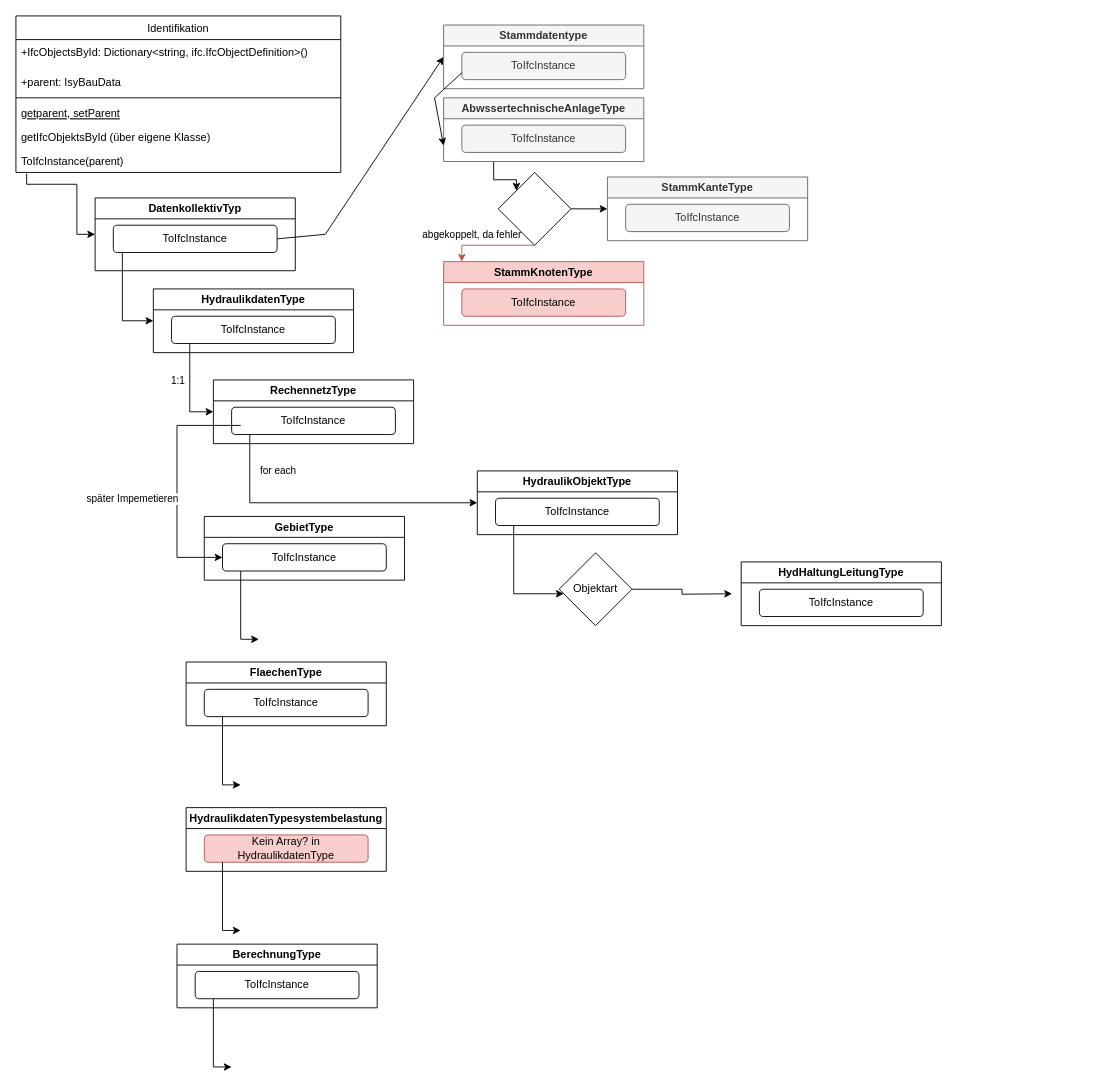
Earlier version of the draw.io diagram ablaufdiagramm-Hydraulikdatenkollekitv.drawio (simonwb123/BA-ISYBAU). Source tidied: cells renumbered, new cells numbered last; positions are measured from the earlier drawing's top-left corner, leaving out a move shared by most shapes. Both pictures are drawn from the tidied source at 91%, with x=0, y=0 at pixel (15, 15).
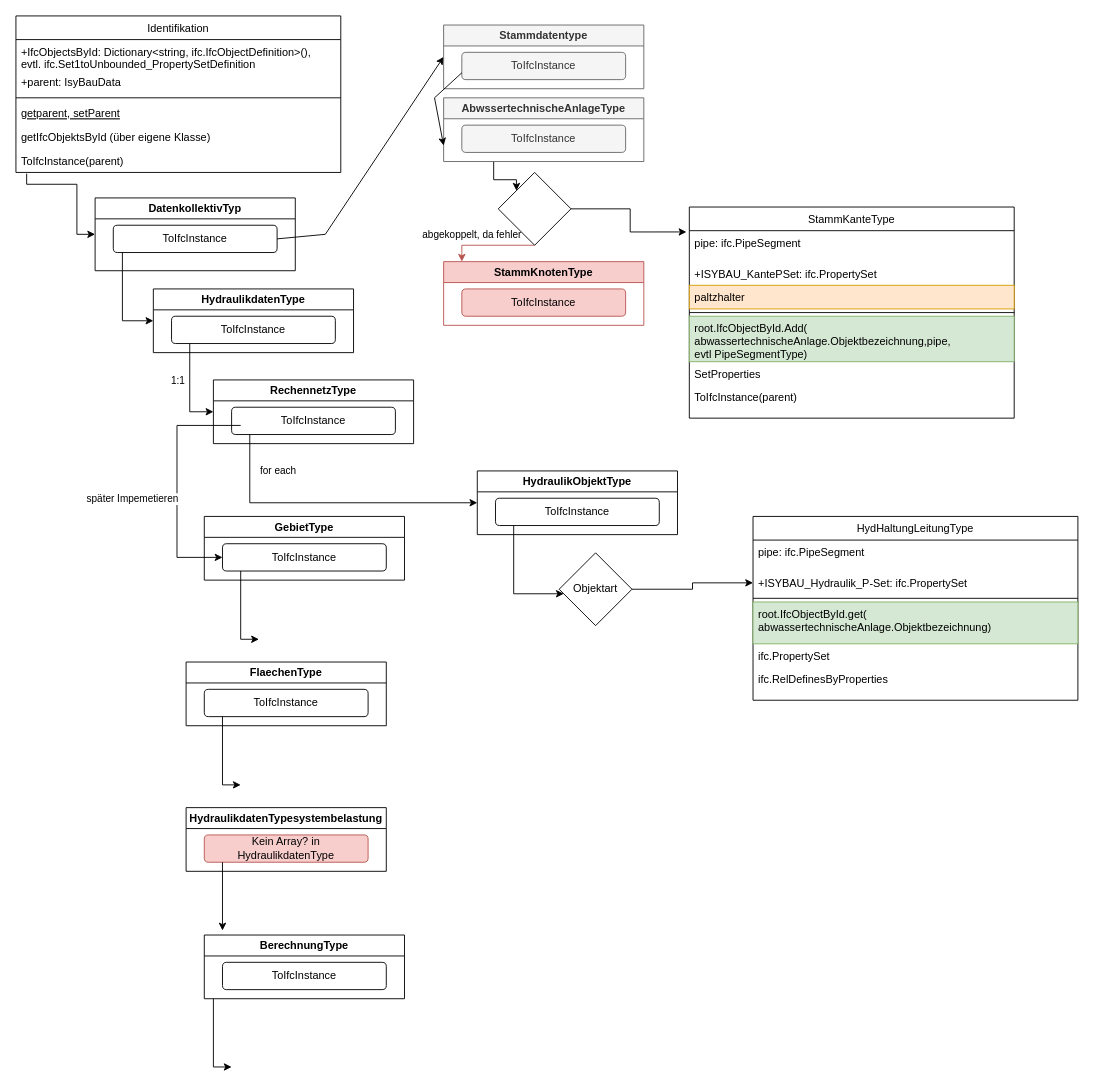
After the change.

Unchanged cells that the change refers to:
```xml
<mxCell id="35" value="Objektart" style="rhombus;whiteSpace=wrap;html=1;" parent="1" vertex="1">
  <mxGeometry x="597" y="590" width="80" height="80" as="geometry" />
</mxCell>
<mxCell id="38" value="Identifikation" style="swimlane;fontStyle=0;align=center;verticalAlign=top;horizontal=1;startSize=26;rounded=0;shadow=0;strokeWidth=1;" parent="1" vertex="1">
  <mxGeometry width="357" height="172" as="geometry" />
</mxCell>
<mxCell id="52" style="rhombus;whiteSpace=wrap;html=1;" parent="1" vertex="1">
  <mxGeometry x="530" y="172" width="80" height="80" as="geometry" />
</mxCell>
```

The edit, as a diff of the source:
```diff
@@
-    <mxCell id="23" style="endArrow=classic;html=1;rounded=0;entryX=0;entryY=0.5;entryDx=0;entryDy=0;edgeStyle=orthogonalEdgeStyle;" parent="1" edge="1">
+    <mxCell id="23" style="endArrow=classic;html=1;rounded=0;edgeStyle=orthogonalEdgeStyle;" parent="1" edge="1">
       <mxGeometry relative="1" as="geometry">
         <mxPoint x="227" y="930" as="sourcePoint" />
-        <mxPoint x="247" y="1005" as="targetPoint" />
+        <mxPoint x="227" y="1005" as="targetPoint" />
         <Array as="points">
           <mxPoint x="227" y="1005" />
         </Array>
       </mxGeometry>
     </mxCell>
     <mxCell id="24" value="BerechnungType" style="swimlane;whiteSpace=wrap;html=1;" parent="1" vertex="1">
-      <mxGeometry x="177" y="1020" width="220" height="70" as="geometry" />
+      <mxGeometry x="207" y="1010" width="220" height="70" as="geometry" />
     </mxCell>
@@
-    <mxCell id="29" style="endArrow=classic;html=1;rounded=0;edgeStyle=orthogonalEdgeStyle;" parent="1" edge="1" source="35">
-      <mxGeometry relative="1" as="geometry">
-        <mxPoint x="787" y="635" as="targetPoint" />
-      </mxGeometry>
+    <mxCell id="29" style="endArrow=classic;html=1;rounded=0;edgeStyle=orthogonalEdgeStyle;entryX=0;entryY=0.5;entryDx=0;entryDy=0;" parent="1" edge="1" source="35" target="65">
+      <mxGeometry relative="1" as="geometry" />
     </mxCell>
@@
-    <mxCell id="36" value="HydHaltungLeitungType" style="swimlane;whiteSpace=wrap;html=1;" parent="1" vertex="1">
-      <mxGeometry x="797" y="600" width="220" height="70" as="geometry" />
-    </mxCell>
-    <mxCell id="37" value="ToIfcInstance" style="rounded=1;whiteSpace=wrap;html=1;fontSize=12;glass=0;strokeWidth=1;shadow=0;" parent="36" vertex="1">
-      <mxGeometry x="20" y="30" width="180" height="30" as="geometry" />
-    </mxCell>
@@
-    <mxCell id="39" value="+IfcObjectsById: Dictionary&lt;string, ifc.IfcObjectDefinition&gt;()" style="text;align=left;verticalAlign=top;spacingLeft=4;spacingRight=4;overflow=hidden;" parent="38" vertex="1">
+    <mxCell id="39" value="+IfcObjectsById: Dictionary&lt;string, ifc.IfcObjectDefinition&gt;(), &#10;evtl. ifc.Set1toUnbounded_PropertySetDefinition" style="text;align=left;verticalAlign=top;spacingLeft=4;spacingRight=4;overflow=hidden;" parent="38" vertex="1">
       <mxGeometry y="26" width="357" height="34" as="geometry" />
     </mxCell>
@@
-    <mxCell id="49" style="edgeStyle=orthogonalEdgeStyle;rounded=0;jettySize=auto;html=1;exitX=1;exitY=0.5;exitDx=0;exitDy=0;entryX=0;entryY=0.5;entryDx=0;entryDy=0;" parent="1" edge="1" source="52" target="53">
+    <mxCell id="49" style="edgeStyle=orthogonalEdgeStyle;rounded=0;jettySize=auto;html=1;exitX=1;exitY=0.5;exitDx=0;exitDy=0;entryX=-0.009;entryY=0.118;entryDx=0;entryDy=0;entryPerimeter=0;" parent="1" edge="1" source="52" target="53">
       <mxGeometry relative="1" as="geometry" />
     </mxCell>
@@
-    <mxCell id="53" value="StammKanteType" style="swimlane;whiteSpace=wrap;html=1;fillColor=#f5f5f5;fontColor=#333333;strokeColor=#666666;" parent="1" vertex="1">
-      <mxGeometry x="650" y="177" width="220" height="70" as="geometry" />
-    </mxCell>
-    <mxCell id="54" value="ToIfcInstance" style="rounded=1;whiteSpace=wrap;html=1;fontSize=12;glass=0;strokeWidth=1;shadow=0;fillColor=#f5f5f5;fontColor=#333333;strokeColor=#666666;" parent="53" vertex="1">
-      <mxGeometry x="20" y="30" width="180" height="30" as="geometry" />
-    </mxCell>
@@
+    <mxCell id="53" value="StammKanteType" style="swimlane;fontStyle=0;align=center;verticalAlign=top;horizontal=1;startSize=26;rounded=0;shadow=0;strokeWidth=1;" parent="1" vertex="1">
+      <mxGeometry x="740" y="210" width="357" height="232" as="geometry" />
+    </mxCell>
+    <mxCell id="57" value="pipe: ifc.PipeSegment" style="text;align=left;verticalAlign=top;spacingLeft=4;spacingRight=4;overflow=hidden;" parent="53" vertex="1">
+      <mxGeometry y="26" width="357" height="34" as="geometry" />
+    </mxCell>
+    <mxCell id="58" value="+ISYBAU_KantePSet: ifc.PropertySet " style="text;align=left;verticalAlign=top;spacingLeft=4;spacingRight=4;overflow=hidden;rounded=0;shadow=0;html=0;" parent="53" vertex="1">
+      <mxGeometry y="60" width="357" height="26" as="geometry" />
+    </mxCell>
+    <mxCell id="59" value="paltzhalter" style="text;align=left;verticalAlign=top;spacingLeft=4;spacingRight=4;overflow=hidden;rounded=0;shadow=0;html=0;fillColor=#ffe6cc;strokeColor=#d79b00;" parent="53" vertex="1">
+      <mxGeometry y="86" width="357" height="26" as="geometry" />
+    </mxCell>
+    <mxCell id="60" style="line;html=1;strokeWidth=1;align=left;verticalAlign=middle;spacingTop=-1;spacingLeft=3;spacingRight=3;labelPosition=right;" parent="53" vertex="1">
+      <mxGeometry y="112" width="357" height="8" as="geometry" />
+    </mxCell>
+    <mxCell id="61" value="root.IfcObjectById.Add(&#10;abwassertechnischeAnlage.Objektbezeichnung,pipe, &#10;evtl PipeSegmentType)" style="text;align=left;verticalAlign=top;spacingLeft=4;spacingRight=4;overflow=hidden;fontStyle=0;fillColor=#d5e8d4;strokeColor=#82b366;" parent="53" vertex="1">
+      <mxGeometry y="120" width="357" height="50" as="geometry" />
+    </mxCell>
+    <mxCell id="62" value="SetProperties" style="text;align=left;verticalAlign=top;spacingLeft=4;spacingRight=4;overflow=hidden;" parent="53" vertex="1">
+      <mxGeometry y="170" width="357" height="26" as="geometry" />
+    </mxCell>
+    <mxCell id="63" value="ToIfcInstance(parent)" style="text;align=left;verticalAlign=top;spacingLeft=4;spacingRight=4;overflow=hidden;" parent="53" vertex="1">
+      <mxGeometry y="196" width="357" height="26" as="geometry" />
+    </mxCell>
+    <mxCell id="36" value="HydHaltungLeitungType" style="swimlane;fontStyle=0;align=center;verticalAlign=top;horizontal=1;startSize=26;rounded=0;shadow=0;strokeWidth=1;" parent="1" vertex="1">
+      <mxGeometry x="810" y="550" width="357" height="202" as="geometry" />
+    </mxCell>
+    <mxCell id="64" value="pipe: ifc.PipeSegment" style="text;align=left;verticalAlign=top;spacingLeft=4;spacingRight=4;overflow=hidden;" parent="36" vertex="1">
+      <mxGeometry y="26" width="357" height="34" as="geometry" />
+    </mxCell>
+    <mxCell id="65" value="+ISYBAU_Hydraulik_P-Set: ifc.PropertySet " style="text;align=left;verticalAlign=top;spacingLeft=4;spacingRight=4;overflow=hidden;points=[[0,0.5],[1,0.5]];portConstraint=eastwest;rounded=0;shadow=0;html=0;" parent="36" vertex="1">
+      <mxGeometry y="60" width="357" height="26" as="geometry" />
+    </mxCell>
+    <mxCell id="66" style="line;html=1;strokeWidth=1;align=left;verticalAlign=middle;spacingTop=-1;spacingLeft=3;spacingRight=3;labelPosition=right;" parent="36" vertex="1">
+      <mxGeometry y="86" width="357" height="8" as="geometry" />
+    </mxCell>
+    <mxCell id="67" value="root.IfcObjectById.get(&#10;abwassertechnischeAnlage.Objektbezeichnung)" style="text;align=left;verticalAlign=top;spacingLeft=4;spacingRight=4;overflow=hidden;fontStyle=0;fillColor=#d5e8d4;strokeColor=#82b366;" parent="36" vertex="1">
+      <mxGeometry y="94" width="357" height="46" as="geometry" />
+    </mxCell>
+    <mxCell id="68" value="ifc.PropertySet" style="text;align=left;verticalAlign=top;spacingLeft=4;spacingRight=4;overflow=hidden;" parent="36" vertex="1">
+      <mxGeometry y="140" width="357" height="26" as="geometry" />
+    </mxCell>
+    <mxCell id="69" value="ifc.RelDefinesByProperties" style="text;align=left;verticalAlign=top;spacingLeft=4;spacingRight=4;overflow=hidden;" parent="36" vertex="1">
+      <mxGeometry y="166" width="357" height="26" as="geometry" />
+    </mxCell>
```
